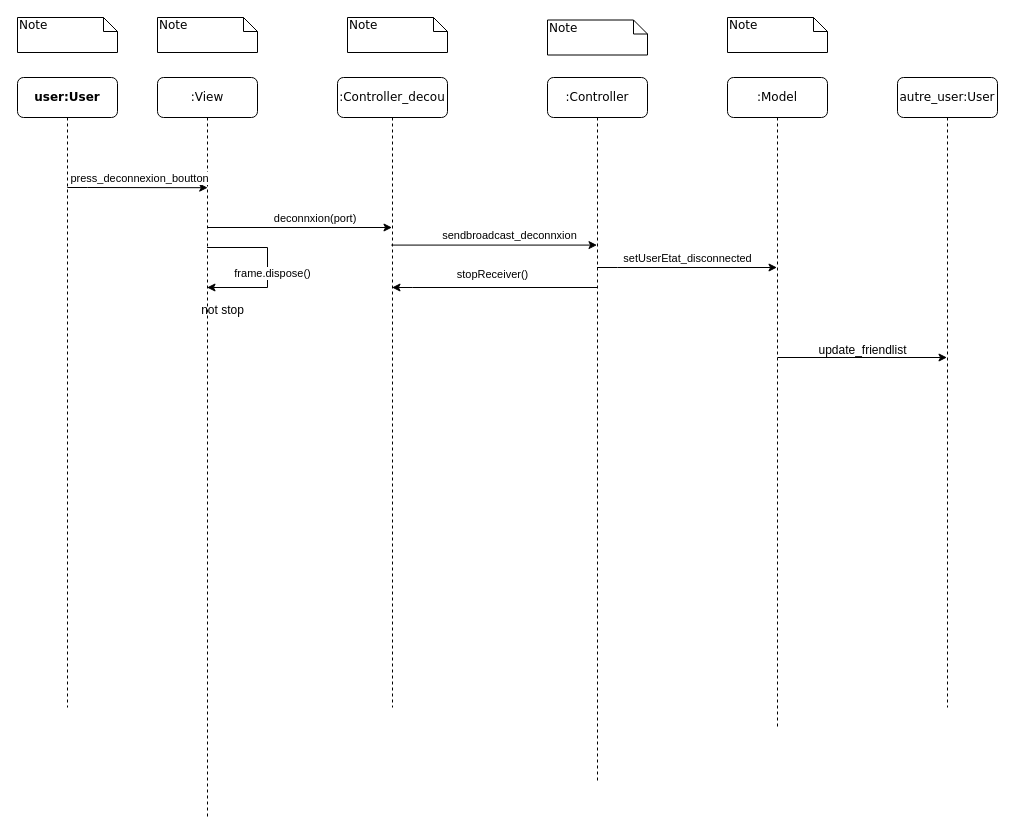
Earlier version of the draw.io diagram doc/uml/sequence deconnxion.drawio (yzhan2911/chatsysteme). Source tidied: cells renumbered, new cells numbered last; positions are measured from the earlier drawing's top-left corner, leaving out a move shared by most shapes. Both pictures are drawn from the tidied source at 100%, with x=0, y=0 at pixel (17, 17).
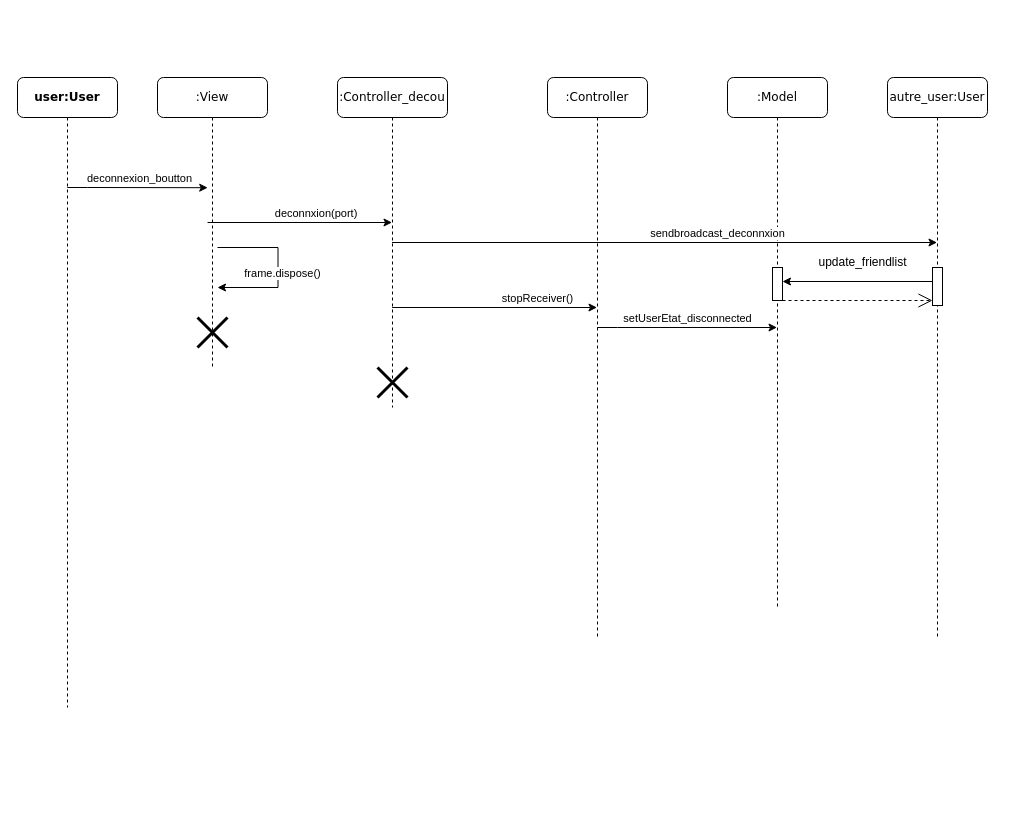
The same diagram, later.

Commit message (it also covers changes not shown here):
update diagramme de sequence

The change refers to these unchanged cells:
```xml
<mxCell id="17" style="endArrow=classic;html=1;rounded=0;entryX=0.5;entryY=0.176;entryDx=0;entryDy=0;entryPerimeter=0;" parent="1" edge="1">
  <mxGeometry relative="1" as="geometry">
    <mxPoint x="49.8" y="170" as="sourcePoint" />
    <mxPoint x="190.2" y="170.2" as="targetPoint" />
    <Array as="points">
      <mxPoint x="70.2" y="170" />
    </Array>
  </mxGeometry>
</mxCell>
```

Diff of the diagram source:
```diff
@@
     <mxCell id="2" value=":View" style="shape=umlLifeline;perimeter=lifelinePerimeter;whiteSpace=wrap;html=1;outlineConnect=0;rounded=1;shadow=0;comic=0;labelBackgroundColor=none;strokeWidth=1;fontFamily=Verdana;fontSize=12;align=center;" parent="1" vertex="1">
-      <mxGeometry x="140" y="60" width="100" height="740" as="geometry" />
+      <mxGeometry x="140" y="60" width="110" height="290" as="geometry" />
     </mxCell>
+    <mxCell id="20" style="endArrow=classic;html=1;rounded=0;" parent="2" edge="1">
+      <mxGeometry relative="1" as="geometry">
+        <mxPoint x="60" y="170" as="sourcePoint" />
+        <mxPoint x="60" y="210" as="targetPoint" />
+        <Array as="points">
+          <mxPoint x="120.5" y="170" />
+          <mxPoint x="120.5" y="210" />
+        </Array>
+      </mxGeometry>
+    </mxCell>
+    <mxCell id="21" value="frame.dispose()" style="edgeLabel;html=1;align=center;verticalAlign=middle;" parent="20" vertex="1">
+      <mxGeometry x="0.22" y="-2" relative="1" as="geometry">
+        <mxPoint x="6" y="-12" as="offset" />
+      </mxGeometry>
+    </mxCell>
+    <mxCell id="28" style="shape=umlDestroy;whiteSpace=wrap;html=1;strokeWidth=3;targetShapes=umlLifeline;" parent="2" vertex="1">
+      <mxGeometry x="40" y="240" width="30" height="30" as="geometry" />
+    </mxCell>
     <mxCell id="3" value=":Controller " style="shape=umlLifeline;perimeter=lifelinePerimeter;whiteSpace=wrap;html=1;outlineConnect=0;rounded=1;shadow=0;comic=0;labelBackgroundColor=none;strokeWidth=1;fontFamily=Verdana;fontSize=12;align=center;" parent="1" vertex="1">
-      <mxGeometry x="530" y="60" width="100" height="705" as="geometry" />
+      <mxGeometry x="530" y="60" width="100" height="560" as="geometry" />
     </mxCell>
+    <mxCell id="15" style="endArrow=classic;html=1;rounded=0;" parent="3" edge="1">
+      <mxGeometry relative="1" as="geometry">
+        <mxPoint x="-155.3" y="230" as="sourcePoint" />
+        <mxPoint x="49.5" y="230" as="targetPoint" />
+        <Array as="points">
+          <mxPoint x="-138.5" y="230" />
+        </Array>
+      </mxGeometry>
+    </mxCell>
+    <mxCell id="16" value="stopReceiver()" style="edgeLabel;html=1;align=center;verticalAlign=middle;" parent="15" vertex="1">
+      <mxGeometry x="0.22" y="-2" relative="1" as="geometry">
+        <mxPoint x="20" y="-12" as="offset" />
+      </mxGeometry>
+    </mxCell>
     <mxCell id="4" value=":Controller_decou" style="shape=umlLifeline;perimeter=lifelinePerimeter;whiteSpace=wrap;html=1;outlineConnect=0;rounded=1;shadow=0;comic=0;labelBackgroundColor=none;strokeWidth=1;fontFamily=Verdana;fontSize=12;align=center;" parent="1" vertex="1">
-      <mxGeometry x="320" y="60" width="110" height="630" as="geometry" />
+      <mxGeometry x="320" y="60" width="110" height="330" as="geometry" />
     </mxCell>
+    <mxCell id="29" style="shape=umlDestroy;whiteSpace=wrap;html=1;strokeWidth=3;targetShapes=umlLifeline;" parent="4" vertex="1">
+      <mxGeometry x="40" y="290" width="30" height="30" as="geometry" />
+    </mxCell>
@@
-    <mxCell id="6" value="Note" style="shape=note;whiteSpace=wrap;html=1;size=14;verticalAlign=top;align=left;spacingTop=-6;rounded=0;shadow=0;comic=0;labelBackgroundColor=none;strokeWidth=1;fontFamily=Verdana;fontSize=12;" parent="1" vertex="1">
-      <mxGeometry width="100" height="35" as="geometry" />
-    </mxCell>
-    <mxCell id="7" value="Note" style="shape=note;whiteSpace=wrap;html=1;size=14;verticalAlign=top;align=left;spacingTop=-6;rounded=0;shadow=0;comic=0;labelBackgroundColor=none;strokeWidth=1;fontFamily=Verdana;fontSize=12;" parent="1" vertex="1">
-      <mxGeometry x="140" width="100" height="35" as="geometry" />
-    </mxCell>
-    <mxCell id="8" value="Note" style="shape=note;whiteSpace=wrap;html=1;size=14;verticalAlign=top;align=left;spacingTop=-6;rounded=0;shadow=0;comic=0;labelBackgroundColor=none;strokeWidth=1;fontFamily=Verdana;fontSize=12;" parent="1" vertex="1">
-      <mxGeometry x="530" y="2.5" width="100" height="35" as="geometry" />
-    </mxCell>
-    <mxCell id="9" value="Note" style="shape=note;whiteSpace=wrap;html=1;size=14;verticalAlign=top;align=left;spacingTop=-6;rounded=0;shadow=0;comic=0;labelBackgroundColor=none;strokeWidth=1;fontFamily=Verdana;fontSize=12;" parent="1" vertex="1">
-      <mxGeometry x="330" width="100" height="35" as="geometry" />
-    </mxCell>
-    <mxCell id="10" value="Note" style="shape=note;whiteSpace=wrap;html=1;size=14;verticalAlign=top;align=left;spacingTop=-6;rounded=0;shadow=0;comic=0;labelBackgroundColor=none;strokeWidth=1;fontFamily=Verdana;fontSize=12;" parent="1" vertex="1">
-      <mxGeometry x="710" width="100" height="35" as="geometry" />
-    </mxCell>
-    <mxCell id="11" style="endArrow=classic;html=1;rounded=0;" parent="1" edge="1" target="4">
-      <mxGeometry relative="1" as="geometry">
-        <mxPoint x="189.5" y="210" as="sourcePoint" />
-      </mxGeometry>
+    <mxCell id="11" style="endArrow=classic;html=1;rounded=0;exitX=0.455;exitY=0.5;exitDx=0;exitDy=0;exitPerimeter=0;" parent="1" edge="1" source="2" target="4">
+      <mxGeometry relative="1" as="geometry" />
     </mxCell>
@@
-    <mxCell id="13" style="endArrow=classic;html=1;rounded=0;" parent="1" edge="1" source="3" target="19">
-      <mxGeometry relative="1" as="geometry">
-        <Array as="points">
-          <mxPoint x="600" y="250" />
-        </Array>
-      </mxGeometry>
-    </mxCell>
-    <mxCell id="14" value="setUserEtat_disconnected" style="edgeLabel;html=1;align=center;verticalAlign=middle;" parent="13" vertex="1">
-      <mxGeometry x="0.22" y="-2" relative="1" as="geometry">
-        <mxPoint x="-20" y="-12" as="offset" />
-      </mxGeometry>
-    </mxCell>
-    <mxCell id="15" style="endArrow=classic;html=1;rounded=0;" parent="1" edge="1" source="3" target="4">
-      <mxGeometry relative="1" as="geometry">
-        <Array as="points">
-          <mxPoint x="395.2" y="270" />
-        </Array>
-      </mxGeometry>
-    </mxCell>
-    <mxCell id="16" value="stopReceiver()" style="edgeLabel;html=1;align=center;verticalAlign=middle;" parent="15" vertex="1">
-      <mxGeometry x="0.22" y="-2" relative="1" as="geometry">
-        <mxPoint x="20" y="-12" as="offset" />
-      </mxGeometry>
-    </mxCell>
@@
-    <mxCell id="18" value="&lt;div&gt;press_deconnexion_boutton&lt;/div&gt;" style="edgeLabel;html=1;align=center;verticalAlign=middle;" parent="17" vertex="1">
+    <mxCell id="18" value="&lt;div&gt;deconnexion_boutton&lt;/div&gt;" style="edgeLabel;html=1;align=center;verticalAlign=middle;" parent="17" vertex="1">
       <mxGeometry x="-0.48" y="1" relative="1" as="geometry">
         <mxPoint x="35" y="-9" as="offset" />
       </mxGeometry>
     </mxCell>
     <mxCell id="19" value=":Model" style="shape=umlLifeline;perimeter=lifelinePerimeter;whiteSpace=wrap;html=1;outlineConnect=0;rounded=1;shadow=0;comic=0;labelBackgroundColor=none;strokeWidth=1;fontFamily=Verdana;fontSize=12;align=center;" parent="1" vertex="1">
-      <mxGeometry x="710" y="60" width="100" height="650" as="geometry" />
+      <mxGeometry x="710" y="60" width="100" height="530" as="geometry" />
     </mxCell>
-    <mxCell id="20" style="endArrow=classic;html=1;rounded=0;" parent="1" edge="1">
-      <mxGeometry relative="1" as="geometry">
-        <mxPoint x="189.5" y="230" as="sourcePoint" />
-        <mxPoint x="189.5" y="270" as="targetPoint" />
-        <Array as="points">
-          <mxPoint x="250" y="230" />
-          <mxPoint x="250" y="270" />
-        </Array>
-      </mxGeometry>
-    </mxCell>
-    <mxCell id="21" value="frame.dispose()" style="edgeLabel;html=1;align=center;verticalAlign=middle;" parent="20" vertex="1">
-      <mxGeometry x="0.22" y="-2" relative="1" as="geometry">
-        <mxPoint x="6" y="-12" as="offset" />
-      </mxGeometry>
-    </mxCell>
-    <mxCell id="22" value="not stop" style="text;html=1;align=center;verticalAlign=middle;strokeColor=none;fillColor=none;" parent="1" vertex="1">
-      <mxGeometry x="170" y="278" width="70" height="30" as="geometry" />
-    </mxCell>
+    <mxCell id="30" style="html=1;points=[[0,0,0,0,5],[0,1,0,0,-5],[1,0,0,0,5],[1,1,0,0,-5]];perimeter=orthogonalPerimeter;outlineConnect=0;targetShapes=umlLifeline;portConstraint=eastwest;newEdgeStyle={&quot;curved&quot;:0,&quot;rounded&quot;:0};" parent="19" vertex="1">
+      <mxGeometry x="45" y="190" width="10" height="33" as="geometry" />
+    </mxCell>
-    <mxCell id="23" style="endArrow=classic;html=1;rounded=0;exitX=0.489;exitY=0.266;exitDx=0;exitDy=0;exitPerimeter=0;" parent="1" edge="1" source="4" target="3">
+    <mxCell id="23" style="endArrow=classic;html=1;rounded=0;" parent="1" edge="1" source="4" target="25">
       <mxGeometry relative="1" as="geometry" />
     </mxCell>
@@
     <mxCell id="25" value="autre_user:User" style="shape=umlLifeline;perimeter=lifelinePerimeter;whiteSpace=wrap;html=1;outlineConnect=0;rounded=1;shadow=0;comic=0;labelBackgroundColor=none;strokeWidth=1;fontFamily=Verdana;fontSize=12;align=center;" parent="1" vertex="1">
-      <mxGeometry x="880" y="60" width="100" height="630" as="geometry" />
+      <mxGeometry x="870" y="60" width="100" height="560" as="geometry" />
     </mxCell>
+    <mxCell id="31" style="html=1;points=[[0,0,0,0,5],[0,1,0,0,-5],[1,0,0,0,5],[1,1,0,0,-5]];perimeter=orthogonalPerimeter;outlineConnect=0;targetShapes=umlLifeline;portConstraint=eastwest;newEdgeStyle={&quot;curved&quot;:0,&quot;rounded&quot;:0};" parent="25" vertex="1">
+      <mxGeometry x="45" y="190" width="10" height="38" as="geometry" />
+    </mxCell>
+    <mxCell id="27" style="endArrow=classic;html=1;rounded=0;" parent="1" edge="1">
+      <mxGeometry relative="1" as="geometry">
+        <mxPoint x="915" y="264" as="sourcePoint" />
+        <mxPoint x="765" y="264" as="targetPoint" />
+      </mxGeometry>
+    </mxCell>
+    <mxCell id="13" style="endArrow=classic;html=1;rounded=0;" parent="1" edge="1">
+      <mxGeometry relative="1" as="geometry">
+        <mxPoint x="579.7" y="310" as="sourcePoint" />
+        <mxPoint x="759.5" y="310" as="targetPoint" />
+        <Array as="points">
+          <mxPoint x="600" y="310" />
+        </Array>
+      </mxGeometry>
+    </mxCell>
+    <mxCell id="14" value="setUserEtat_disconnected" style="edgeLabel;html=1;align=center;verticalAlign=middle;" parent="13" vertex="1">
+      <mxGeometry x="0.22" y="-2" relative="1" as="geometry">
+        <mxPoint x="-20" y="-12" as="offset" />
+      </mxGeometry>
+    </mxCell>
-    <mxCell id="26" value="update_friendlist" style="text;html=1;align=center;verticalAlign=middle;strokeColor=none;fillColor=none;" parent="25" vertex="1">
-      <mxGeometry x="-90" y="258" width="110" height="30" as="geometry" />
+    <mxCell id="26" value="update_friendlist" style="text;html=1;align=center;verticalAlign=middle;strokeColor=none;fillColor=none;" parent="1" vertex="1">
+      <mxGeometry x="790" y="230" width="110" height="30" as="geometry" />
     </mxCell>
-    <mxCell id="27" style="endArrow=classic;html=1;rounded=0;" parent="1" edge="1" target="25">
-      <mxGeometry relative="1" as="geometry">
-        <mxPoint x="760" y="340" as="sourcePoint" />
-      </mxGeometry>
-    </mxCell>
+    <mxCell id="32" style="endArrow=open;endSize=12;dashed=1;html=1;rounded=0;entryX=0;entryY=1;entryDx=0;entryDy=-5;entryPerimeter=0;" parent="1" edge="1" source="30" target="31">
+      <mxGeometry relative="1" as="geometry" />
+    </mxCell>
```
